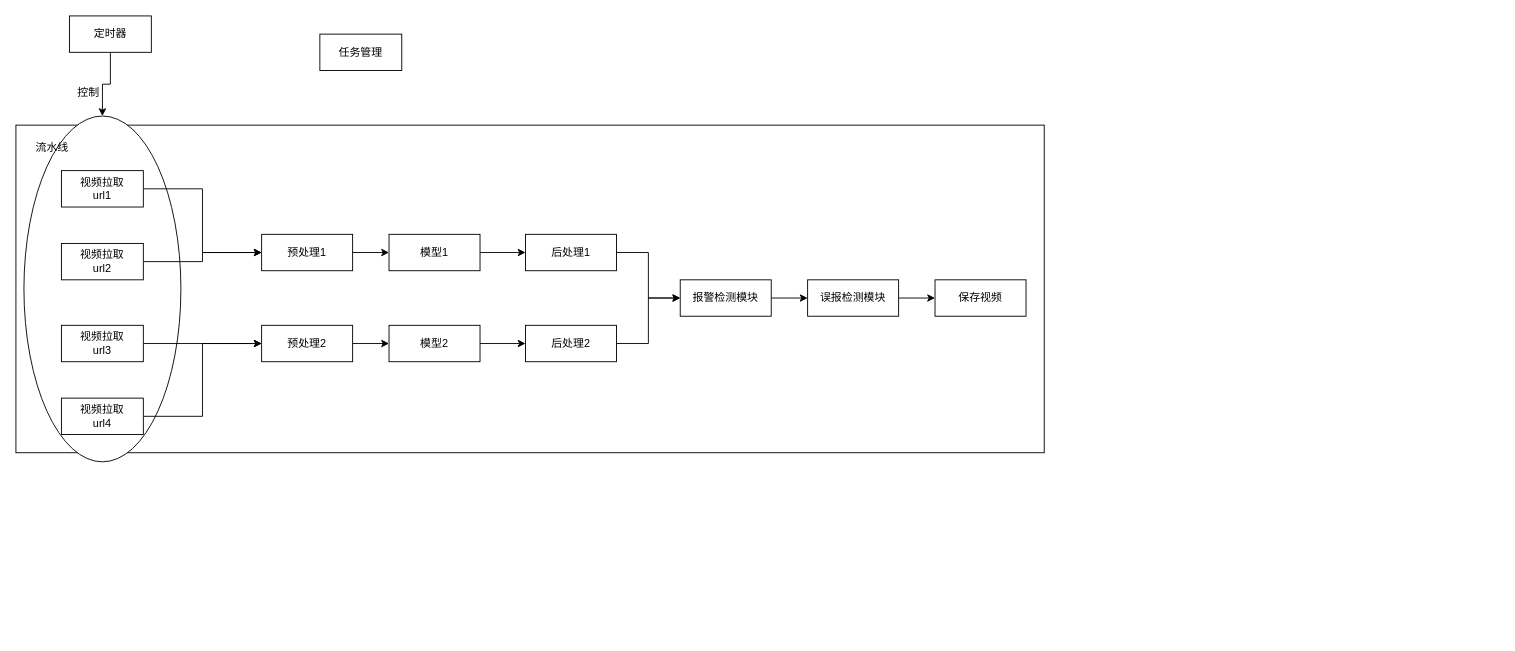
This is page "Page-1" (1 of 2) of 系统架构图.drawio from zhaoning999/notes, a draw.io file, before an edit. Source tidied: cells renumbered, new cells numbered last; positions are measured from the earlier drawing's top-left corner, leaving out a move shared by most shapes. Both pictures are drawn from the tidied source at 91%, with x=0, y=0 at pixel (15, 15).
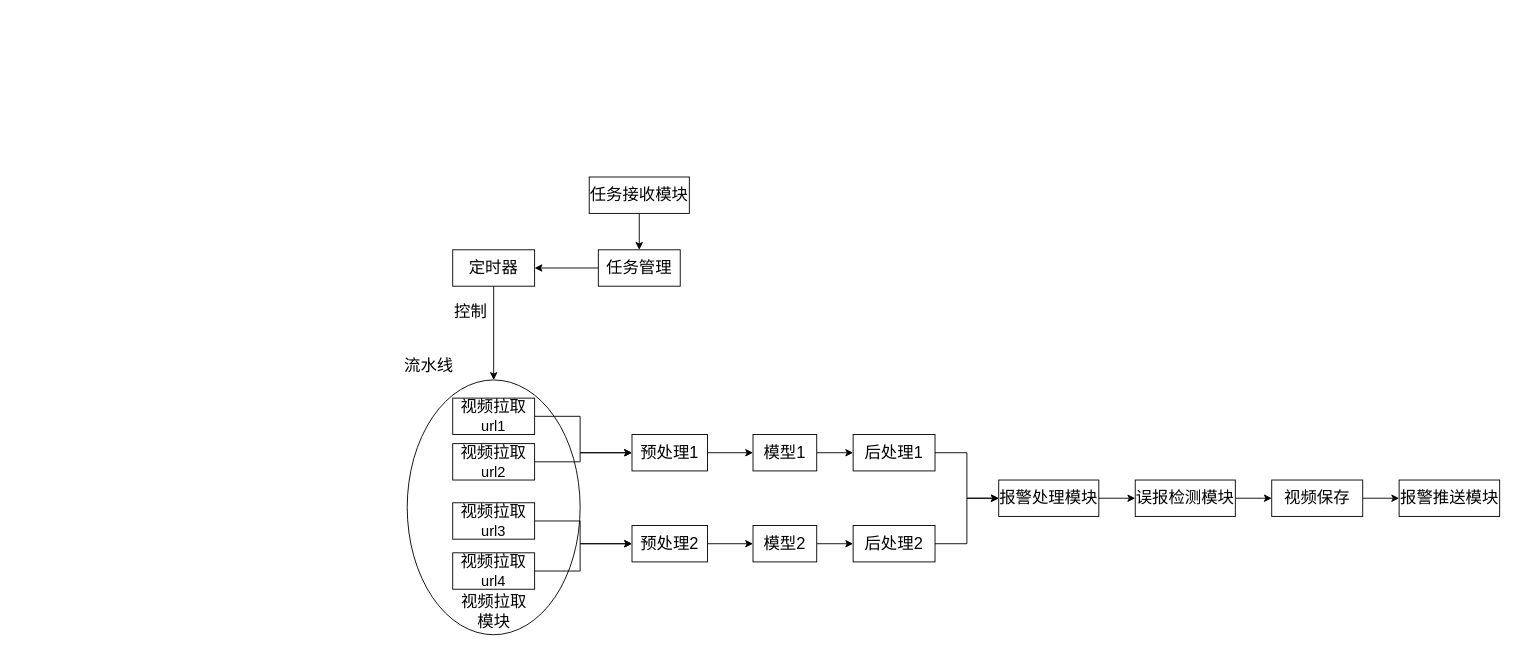
Above is the later version.

Commit message:
Update 系统架构图.drawio

Diff of the diagram source:
```diff
@@
-    <mxCell id="2" style="rounded=0;whiteSpace=wrap;html=1;" parent="1" vertex="1">
-      <mxGeometry y="120" width="1130" height="360" as="geometry" />
-    </mxCell>
-    <mxCell id="3" style="ellipse;whiteSpace=wrap;html=1;" parent="1" vertex="1">
-      <mxGeometry x="8.8" y="110" width="172.5" height="380" as="geometry" />
-    </mxCell>
+    <mxCell id="34" style="ellipse;whiteSpace=wrap;html=1;" parent="1" vertex="1">
+      <mxGeometry x="430" y="400" width="190" height="280" as="geometry" />
+    </mxCell>
     <mxCell id="4" style="edgeStyle=orthogonalEdgeStyle;rounded=0;jettySize=auto;html=1;exitX=1;exitY=0.5;exitDx=0;exitDy=0;entryX=0;entryY=0.5;entryDx=0;entryDy=0;" parent="1" edge="1" source="5" target="13">
       <mxGeometry relative="1" as="geometry">
         <Array as="points">
-          <mxPoint x="205" y="190" />
-          <mxPoint x="205" y="260" />
+          <mxPoint x="620" y="440" />
+          <mxPoint x="620" y="480" />
         </Array>
       </mxGeometry>
     </mxCell>
-    <mxCell id="5" value="视频拉取&lt;div&gt;url1&lt;/div&gt;" style="rounded=0;whiteSpace=wrap;html=1;" parent="1" vertex="1">
-      <mxGeometry x="50" y="170" width="90" height="40" as="geometry" />
+    <mxCell id="5" value="&lt;font style=&quot;font-size: 18px;&quot;&gt;视频拉取&lt;/font&gt;&lt;div&gt;&lt;font size=&quot;3&quot;&gt;url1&lt;/font&gt;&lt;/div&gt;" style="rounded=0;whiteSpace=wrap;html=1;" parent="1" vertex="1">
+      <mxGeometry x="480" y="420" width="90" height="40" as="geometry" />
     </mxCell>
     <mxCell id="6" style="edgeStyle=orthogonalEdgeStyle;rounded=0;jettySize=auto;html=1;exitX=1;exitY=0.5;exitDx=0;exitDy=0;entryX=0;entryY=0.5;entryDx=0;entryDy=0;" parent="1" edge="1" source="7" target="13">
-      <mxGeometry relative="1" as="geometry" />
+      <mxGeometry relative="1" as="geometry">
+        <Array as="points">
+          <mxPoint x="620" y="490" />
+          <mxPoint x="620" y="480" />
+        </Array>
+      </mxGeometry>
     </mxCell>
-    <mxCell id="7" value="视频拉取&lt;div&gt;url2&lt;/div&gt;" style="rounded=0;whiteSpace=wrap;html=1;" parent="1" vertex="1">
-      <mxGeometry x="50" y="250" width="90" height="40" as="geometry" />
+    <mxCell id="7" value="&lt;font style=&quot;font-size: 18px;&quot;&gt;视频拉取&lt;/font&gt;&lt;div&gt;&lt;font size=&quot;3&quot;&gt;url2&lt;/font&gt;&lt;/div&gt;" style="rounded=0;whiteSpace=wrap;html=1;" parent="1" vertex="1">
+      <mxGeometry x="480" y="470" width="90" height="40" as="geometry" />
     </mxCell>
     <mxCell id="8" style="edgeStyle=orthogonalEdgeStyle;rounded=0;jettySize=auto;html=1;exitX=1;exitY=0.5;exitDx=0;exitDy=0;entryX=0;entryY=0.5;entryDx=0;entryDy=0;" parent="1" edge="1" source="9" target="15">
-      <mxGeometry relative="1" as="geometry" />
+      <mxGeometry relative="1" as="geometry">
+        <Array as="points">
+          <mxPoint x="620" y="555" />
+          <mxPoint x="620" y="580" />
+        </Array>
+      </mxGeometry>
     </mxCell>
-    <mxCell id="9" value="视频拉取&lt;div&gt;url3&lt;/div&gt;" style="rounded=0;whiteSpace=wrap;html=1;" parent="1" vertex="1">
-      <mxGeometry x="50" y="340" width="90" height="40" as="geometry" />
+    <mxCell id="9" value="&lt;font style=&quot;font-size: 18px;&quot;&gt;视频拉取&lt;/font&gt;&lt;div&gt;&lt;font size=&quot;3&quot;&gt;url3&lt;/font&gt;&lt;/div&gt;" style="rounded=0;whiteSpace=wrap;html=1;" parent="1" vertex="1">
+      <mxGeometry x="480" y="535" width="90" height="40" as="geometry" />
     </mxCell>
     <mxCell id="10" style="edgeStyle=orthogonalEdgeStyle;rounded=0;jettySize=auto;html=1;exitX=1;exitY=0.5;exitDx=0;exitDy=0;entryX=0;entryY=0.5;entryDx=0;entryDy=0;" parent="1" edge="1" source="11" target="15">
-      <mxGeometry relative="1" as="geometry" />
+      <mxGeometry relative="1" as="geometry">
+        <Array as="points">
+          <mxPoint x="620" y="610" />
+          <mxPoint x="620" y="580" />
+        </Array>
+      </mxGeometry>
     </mxCell>
-    <mxCell id="11" value="视频拉取&lt;div&gt;url4&lt;/div&gt;" style="rounded=0;whiteSpace=wrap;html=1;" parent="1" vertex="1">
-      <mxGeometry x="50" y="420" width="90" height="40" as="geometry" />
+    <mxCell id="11" value="&lt;font style=&quot;font-size: 18px;&quot;&gt;视频拉取&lt;/font&gt;&lt;div&gt;&lt;font size=&quot;3&quot;&gt;url4&lt;/font&gt;&lt;/div&gt;" style="rounded=0;whiteSpace=wrap;html=1;" parent="1" vertex="1">
+      <mxGeometry x="480" y="590" width="90" height="40" as="geometry" />
     </mxCell>
@@
-    <mxCell id="13" value="预处理1" style="rounded=0;whiteSpace=wrap;html=1;" parent="1" vertex="1">
-      <mxGeometry x="270" y="240" width="100" height="40" as="geometry" />
+    <mxCell id="13" value="&lt;font style=&quot;font-size: 18px;&quot;&gt;预处理1&lt;/font&gt;" style="rounded=0;whiteSpace=wrap;html=1;" parent="1" vertex="1">
+      <mxGeometry x="677" y="460" width="83" height="40" as="geometry" />
     </mxCell>
@@
-    <mxCell id="15" value="预处理2" style="rounded=0;whiteSpace=wrap;html=1;" parent="1" vertex="1">
-      <mxGeometry x="270" y="340" width="100" height="40" as="geometry" />
+    <mxCell id="15" value="&lt;font style=&quot;font-size: 18px;&quot;&gt;预处理2&lt;/font&gt;" style="rounded=0;whiteSpace=wrap;html=1;" parent="1" vertex="1">
+      <mxGeometry x="677" y="560" width="83" height="40" as="geometry" />
     </mxCell>
@@
-    <mxCell id="17" value="模型1" style="rounded=0;whiteSpace=wrap;html=1;" parent="1" vertex="1">
-      <mxGeometry x="410" y="240" width="100" height="40" as="geometry" />
+    <mxCell id="17" value="&lt;font style=&quot;font-size: 18px;&quot;&gt;模型1&lt;/font&gt;" style="rounded=0;whiteSpace=wrap;html=1;" parent="1" vertex="1">
+      <mxGeometry x="810" y="460" width="70" height="40" as="geometry" />
     </mxCell>
@@
-    <mxCell id="19" value="模型2" style="rounded=0;whiteSpace=wrap;html=1;" parent="1" vertex="1">
-      <mxGeometry x="410" y="340" width="100" height="40" as="geometry" />
+    <mxCell id="19" value="&lt;font style=&quot;font-size: 18px;&quot;&gt;模型2&lt;/font&gt;" style="rounded=0;whiteSpace=wrap;html=1;" parent="1" vertex="1">
+      <mxGeometry x="810" y="560" width="70" height="40" as="geometry" />
     </mxCell>
-    <mxCell id="20" style="edgeStyle=orthogonalEdgeStyle;rounded=0;jettySize=auto;html=1;exitX=1;exitY=0.5;exitDx=0;exitDy=0;entryX=0;entryY=0.5;entryDx=0;entryDy=0;" parent="1" edge="1" source="21" target="25">
-      <mxGeometry relative="1" as="geometry" />
-    </mxCell>
+    <mxCell id="35" style="edgeStyle=orthogonalEdgeStyle;rounded=0;jettySize=auto;html=1;exitX=1;exitY=0.5;exitDx=0;exitDy=0;entryX=0;entryY=0.5;entryDx=0;entryDy=0;" parent="1" edge="1" source="21" target="38">
+      <mxGeometry relative="1" as="geometry" />
+    </mxCell>
-    <mxCell id="21" value="后处理1" style="rounded=0;whiteSpace=wrap;html=1;" parent="1" vertex="1">
-      <mxGeometry x="560" y="240" width="100" height="40" as="geometry" />
+    <mxCell id="21" value="&lt;font style=&quot;font-size: 18px;&quot;&gt;后处理1&lt;/font&gt;" style="rounded=0;whiteSpace=wrap;html=1;" parent="1" vertex="1">
+      <mxGeometry x="920" y="460" width="90" height="40" as="geometry" />
     </mxCell>
-    <mxCell id="22" style="edgeStyle=orthogonalEdgeStyle;rounded=0;jettySize=auto;html=1;exitX=1;exitY=0.5;exitDx=0;exitDy=0;entryX=0;entryY=0.5;entryDx=0;entryDy=0;" parent="1" edge="1" source="23" target="25">
-      <mxGeometry relative="1" as="geometry" />
-    </mxCell>
+    <mxCell id="36" style="edgeStyle=orthogonalEdgeStyle;rounded=0;jettySize=auto;html=1;exitX=1;exitY=0.5;exitDx=0;exitDy=0;entryX=0;entryY=0.5;entryDx=0;entryDy=0;" parent="1" edge="1" source="23" target="38">
+      <mxGeometry relative="1" as="geometry" />
+    </mxCell>
-    <mxCell id="23" value="后处理2" style="rounded=0;whiteSpace=wrap;html=1;" parent="1" vertex="1">
-      <mxGeometry x="560" y="340" width="100" height="40" as="geometry" />
+    <mxCell id="23" value="&lt;font style=&quot;font-size: 18px;&quot;&gt;后处理2&lt;/font&gt;" style="rounded=0;whiteSpace=wrap;html=1;" parent="1" vertex="1">
+      <mxGeometry x="920" y="560" width="90" height="40" as="geometry" />
     </mxCell>
-    <mxCell id="24" style="edgeStyle=orthogonalEdgeStyle;rounded=0;jettySize=auto;html=1;exitX=1;exitY=0.5;exitDx=0;exitDy=0;entryX=0;entryY=0.5;entryDx=0;entryDy=0;" parent="1" edge="1" source="25" target="29">
-      <mxGeometry relative="1" as="geometry" />
-    </mxCell>
-    <mxCell id="25" value="报警检测模块" style="rounded=0;whiteSpace=wrap;html=1;" parent="1" vertex="1">
-      <mxGeometry x="730" y="290" width="100" height="40" as="geometry" />
-    </mxCell>
-    <mxCell id="26" value="保存视频" style="rounded=0;whiteSpace=wrap;html=1;" parent="1" vertex="1">
-      <mxGeometry x="1010" y="290" width="100" height="40" as="geometry" />
-    </mxCell>
+    <mxCell id="37" style="edgeStyle=orthogonalEdgeStyle;rounded=0;jettySize=auto;html=1;exitX=1;exitY=0.5;exitDx=0;exitDy=0;entryX=0;entryY=0.5;entryDx=0;entryDy=0;" parent="1" edge="1" source="38" target="29">
+      <mxGeometry relative="1" as="geometry" />
+    </mxCell>
+    <mxCell id="38" value="&lt;font style=&quot;font-size: 18px;&quot;&gt;报警处理模块&lt;/font&gt;" style="rounded=0;whiteSpace=wrap;html=1;" parent="1" vertex="1">
+      <mxGeometry x="1080" y="510" width="110" height="40" as="geometry" />
+    </mxCell>
+    <mxCell id="39" style="edgeStyle=orthogonalEdgeStyle;rounded=0;jettySize=auto;html=1;exitX=1;exitY=0.5;exitDx=0;exitDy=0;" parent="1" edge="1" source="40" target="46">
+      <mxGeometry relative="1" as="geometry" />
+    </mxCell>
+    <mxCell id="40" value="&lt;font style=&quot;font-size: 18px;&quot;&gt;视频保存&lt;/font&gt;" style="rounded=0;whiteSpace=wrap;html=1;" parent="1" vertex="1">
+      <mxGeometry x="1380" y="510" width="100" height="40" as="geometry" />
+    </mxCell>
-    <mxCell id="27" value="流水线" style="text;html=1;align=center;verticalAlign=middle;whiteSpace=wrap;rounded=0;" parent="1" vertex="1">
-      <mxGeometry x="10" y="130" width="60" height="30" as="geometry" />
+    <mxCell id="27" value="&lt;font style=&quot;font-size: 18px;&quot;&gt;流水线&lt;/font&gt;" style="text;html=1;align=center;verticalAlign=middle;whiteSpace=wrap;rounded=0;" parent="1" vertex="1">
+      <mxGeometry x="424" y="370" width="60" height="30" as="geometry" />
     </mxCell>
-    <mxCell id="28" style="edgeStyle=orthogonalEdgeStyle;rounded=0;jettySize=auto;html=1;exitX=1;exitY=0.5;exitDx=0;exitDy=0;entryX=0;entryY=0.5;entryDx=0;entryDy=0;" parent="1" edge="1" source="29" target="26">
-      <mxGeometry relative="1" as="geometry" />
-    </mxCell>
+    <mxCell id="41" style="edgeStyle=orthogonalEdgeStyle;rounded=0;jettySize=auto;html=1;exitX=1;exitY=0.5;exitDx=0;exitDy=0;entryX=0;entryY=0.5;entryDx=0;entryDy=0;" parent="1" edge="1" source="29" target="40">
+      <mxGeometry relative="1" as="geometry" />
+    </mxCell>
-    <mxCell id="29" value="误报检测模块" style="rounded=0;whiteSpace=wrap;html=1;" parent="1" vertex="1">
-      <mxGeometry x="870" y="290" width="100" height="40" as="geometry" />
+    <mxCell id="29" value="&lt;font style=&quot;font-size: 18px;&quot;&gt;误报检测模块&lt;/font&gt;" style="rounded=0;whiteSpace=wrap;html=1;" parent="1" vertex="1">
+      <mxGeometry x="1230" y="510" width="110" height="40" as="geometry" />
     </mxCell>
+    <mxCell id="42" style="edgeStyle=orthogonalEdgeStyle;rounded=0;jettySize=auto;html=1;exitX=0;exitY=0.5;exitDx=0;exitDy=0;entryX=1;entryY=0.5;entryDx=0;entryDy=0;" parent="1" edge="1" source="30" target="32">
+      <mxGeometry relative="1" as="geometry" />
+    </mxCell>
-    <mxCell id="30" value="任务管理" style="rounded=0;whiteSpace=wrap;html=1;" parent="1" vertex="1">
-      <mxGeometry x="334" y="20" width="90" height="40" as="geometry" />
+    <mxCell id="30" value="&lt;font style=&quot;font-size: 18px;&quot;&gt;任务管理&lt;/font&gt;" style="rounded=0;whiteSpace=wrap;html=1;" parent="1" vertex="1">
+      <mxGeometry x="640" y="257" width="90" height="40" as="geometry" />
     </mxCell>
-    <mxCell id="31" style="edgeStyle=orthogonalEdgeStyle;rounded=0;jettySize=auto;html=1;exitX=0.5;exitY=1;exitDx=0;exitDy=0;entryX=0.5;entryY=0;entryDx=0;entryDy=0;" parent="1" edge="1" source="32" target="3">
-      <mxGeometry relative="1" as="geometry" />
-    </mxCell>
+    <mxCell id="43" style="edgeStyle=orthogonalEdgeStyle;rounded=0;jettySize=auto;html=1;exitX=0.5;exitY=1;exitDx=0;exitDy=0;entryX=0.5;entryY=0;entryDx=0;entryDy=0;" parent="1" edge="1" source="32" target="34">
+      <mxGeometry relative="1" as="geometry" />
+    </mxCell>
-    <mxCell id="32" value="定时器" style="rounded=0;whiteSpace=wrap;html=1;" parent="1" vertex="1">
-      <mxGeometry x="58.8" width="90" height="40" as="geometry" />
+    <mxCell id="32" value="&lt;font style=&quot;font-size: 18px;&quot;&gt;定时器&lt;/font&gt;" style="rounded=0;whiteSpace=wrap;html=1;" parent="1" vertex="1">
+      <mxGeometry x="480" y="257" width="90" height="40" as="geometry" />
     </mxCell>
-    <mxCell id="33" value="控制" style="text;html=1;align=center;verticalAlign=middle;whiteSpace=wrap;rounded=0;" parent="1" vertex="1">
-      <mxGeometry x="50" y="70" width="60" height="30" as="geometry" />
+    <mxCell id="33" value="&lt;font style=&quot;font-size: 18px;&quot;&gt;控制&lt;/font&gt;" style="text;html=1;align=center;verticalAlign=middle;whiteSpace=wrap;rounded=0;" parent="1" vertex="1">
+      <mxGeometry x="470" y="310" width="60" height="30" as="geometry" />
     </mxCell>
+    <mxCell id="44" style="edgeStyle=orthogonalEdgeStyle;rounded=0;jettySize=auto;html=1;exitX=0.5;exitY=1;exitDx=0;exitDy=0;entryX=0.5;entryY=0;entryDx=0;entryDy=0;" parent="1" edge="1" source="45" target="30">
+      <mxGeometry relative="1" as="geometry" />
+    </mxCell>
+    <mxCell id="45" value="&lt;font style=&quot;font-size: 18px;&quot;&gt;任务接收模块&lt;/font&gt;" style="rounded=0;whiteSpace=wrap;html=1;" parent="1" vertex="1">
+      <mxGeometry x="630" y="177" width="110" height="40" as="geometry" />
+    </mxCell>
+    <mxCell id="46" value="&lt;font style=&quot;font-size: 18px;&quot;&gt;报警推送模块&lt;/font&gt;" style="rounded=0;whiteSpace=wrap;html=1;" parent="1" vertex="1">
+      <mxGeometry x="1520" y="510" width="110.5" height="40" as="geometry" />
+    </mxCell>
+    <mxCell id="47" value="&lt;font style=&quot;font-size: 18px;&quot;&gt;视频拉取模块&lt;/font&gt;" style="text;html=1;align=center;verticalAlign=middle;whiteSpace=wrap;rounded=0;" parent="1" vertex="1">
+      <mxGeometry x="487.5" y="640" width="75" height="30" as="geometry" />
+    </mxCell>
```
